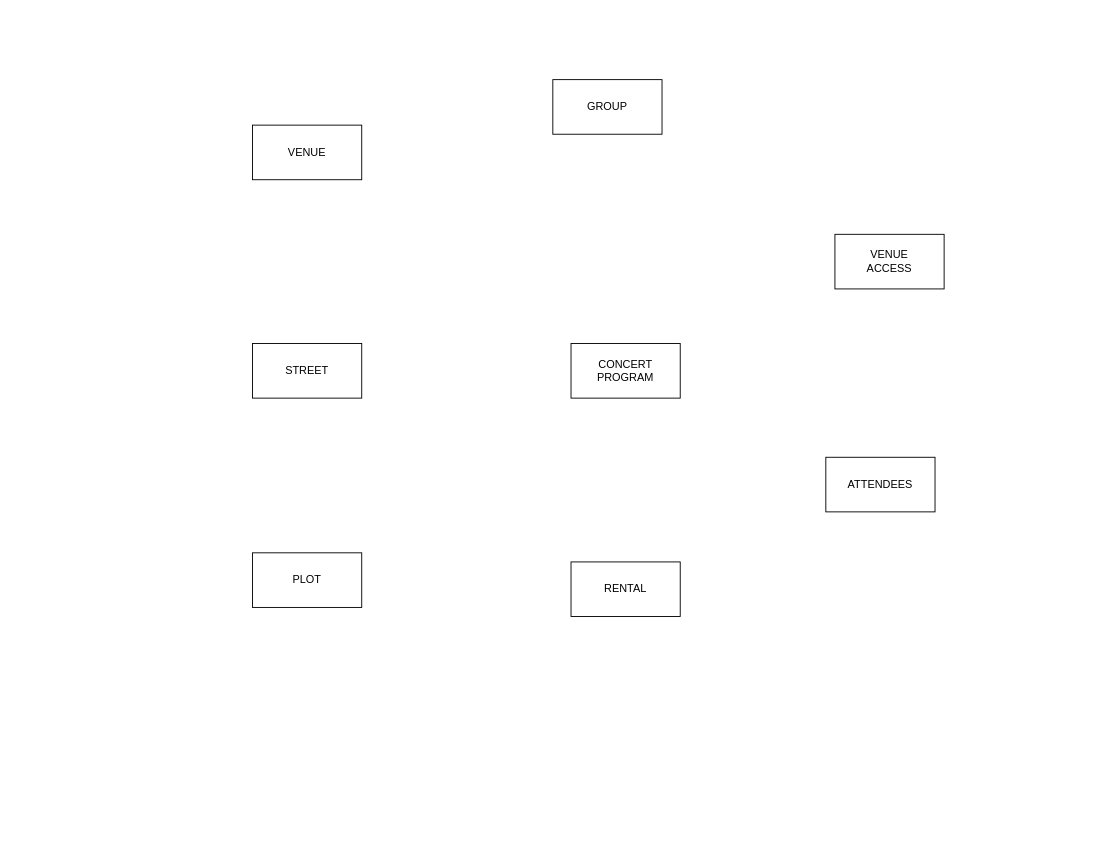
The draw.io diagram Untitled Diagram.drawio in Brandy-K/disseny-DDBB, before the edit. Source tidied: cells renumbered, new cells numbered last; positions are measured from the earlier drawing's top-left corner, leaving out a move shared by most shapes. Both pictures are drawn from the tidied source at 91%, with x=0, y=0 at pixel (252, 79).
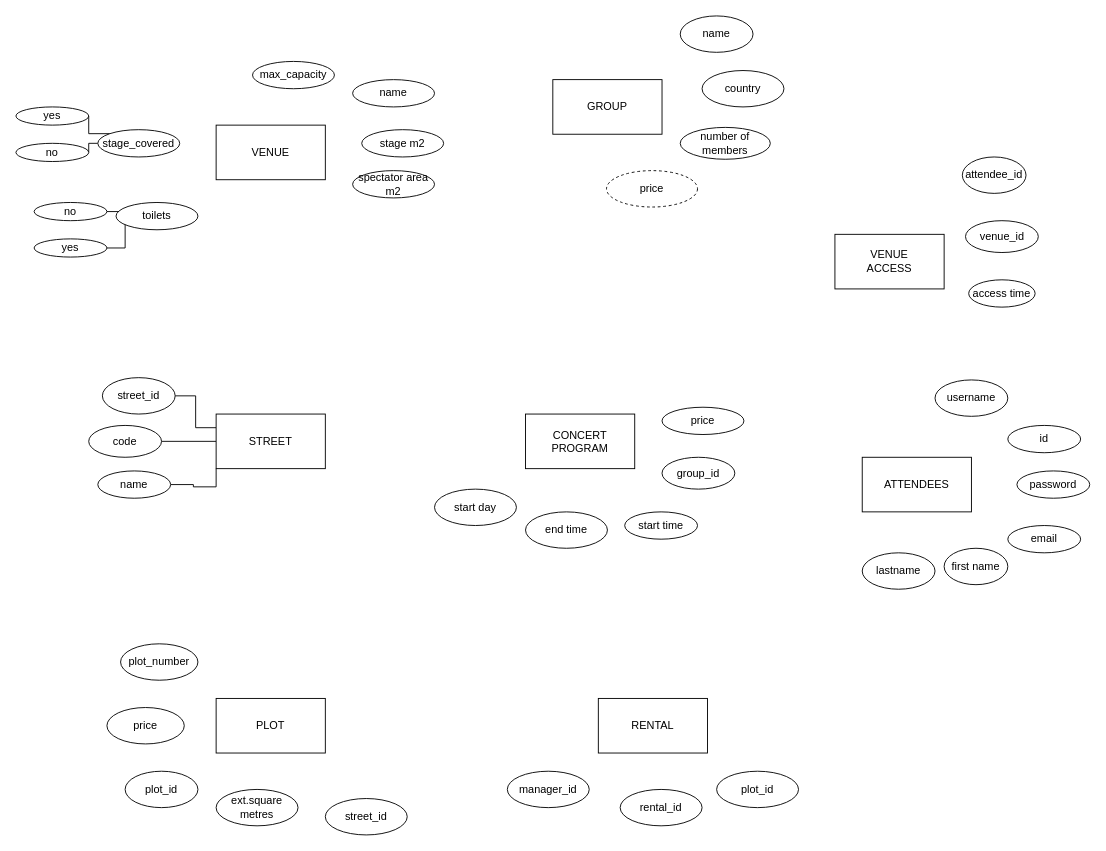
The same diagram, later.

Diff of the diagram source:
```diff
@@
     <mxCell id="2" value="RENTAL" style="rounded=0;whiteSpace=wrap;html=1;" parent="1" vertex="1">
-      <mxGeometry x="350" y="530" width="120" height="60" as="geometry" />
+      <mxGeometry x="380" y="680" width="120" height="60" as="geometry" />
     </mxCell>
     <mxCell id="3" value="PLOT" style="rounded=0;whiteSpace=wrap;html=1;" parent="1" vertex="1">
-      <mxGeometry y="520" width="120" height="60" as="geometry" />
+      <mxGeometry x="-40" y="680" width="120" height="60" as="geometry" />
     </mxCell>
     <mxCell id="4" value="ATTENDEES" style="rounded=0;whiteSpace=wrap;html=1;" parent="1" vertex="1">
-      <mxGeometry x="630" y="415" width="120" height="60" as="geometry" />
+      <mxGeometry x="670" y="415" width="120" height="60" as="geometry" />
     </mxCell>
@@
     <mxCell id="6" value="CONCERT&lt;div&gt;PROGRAM&lt;/div&gt;" style="rounded=0;whiteSpace=wrap;html=1;" parent="1" vertex="1">
-      <mxGeometry x="350" y="290" width="120" height="60" as="geometry" />
+      <mxGeometry x="300" y="367.5" width="120" height="60" as="geometry" />
     </mxCell>
+    <mxCell id="10" style="edgeStyle=orthogonalEdgeStyle;rounded=0;jettySize=auto;html=1;exitX=0;exitY=0.25;exitDx=0;exitDy=0;entryX=1;entryY=0.5;entryDx=0;entryDy=0;endArrow=none;endFill=0;" parent="1" edge="1" source="7" target="26">
+      <mxGeometry relative="1" as="geometry" />
+    </mxCell>
+    <mxCell id="11" style="edgeStyle=orthogonalEdgeStyle;rounded=0;jettySize=auto;html=1;exitX=0;exitY=0.5;exitDx=0;exitDy=0;entryX=1;entryY=0.5;entryDx=0;entryDy=0;endArrow=none;endFill=0;" parent="1" edge="1" source="7" target="28">
+      <mxGeometry relative="1" as="geometry" />
+    </mxCell>
+    <mxCell id="12" style="edgeStyle=orthogonalEdgeStyle;rounded=0;jettySize=auto;html=1;exitX=0;exitY=1;exitDx=0;exitDy=0;entryX=1;entryY=0.5;entryDx=0;entryDy=0;endArrow=none;endFill=0;" parent="1" edge="1" source="7" target="27">
+      <mxGeometry relative="1" as="geometry" />
+    </mxCell>
     <mxCell id="7" value="STREET" style="rounded=0;whiteSpace=wrap;html=1;" parent="1" vertex="1">
-      <mxGeometry y="290" width="120" height="60" as="geometry" />
+      <mxGeometry x="-40" y="367.5" width="120" height="60" as="geometry" />
     </mxCell>
     <mxCell id="8" value="VENUE" style="rounded=0;whiteSpace=wrap;html=1;" parent="1" vertex="1">
-      <mxGeometry y="50" width="120" height="60" as="geometry" />
+      <mxGeometry x="-40" y="50" width="120" height="60" as="geometry" />
     </mxCell>
@@
+    <mxCell id="13" value="name" style="ellipse;whiteSpace=wrap;html=1;" parent="1" vertex="1">
+      <mxGeometry x="110" width="90" height="30" as="geometry" />
+    </mxCell>
+    <mxCell id="14" value="stage m2" style="ellipse;whiteSpace=wrap;html=1;" parent="1" vertex="1">
+      <mxGeometry x="120" y="55" width="90" height="30" as="geometry" />
+    </mxCell>
+    <mxCell id="15" value="spectator area m2" style="ellipse;whiteSpace=wrap;html=1;" parent="1" vertex="1">
+      <mxGeometry x="110" y="100" width="90" height="30" as="geometry" />
+    </mxCell>
+    <mxCell id="16" value="max_capacity" style="ellipse;whiteSpace=wrap;html=1;" parent="1" vertex="1">
+      <mxGeometry y="-20" width="90" height="30" as="geometry" />
+    </mxCell>
+    <mxCell id="17" style="edgeStyle=orthogonalEdgeStyle;rounded=0;jettySize=auto;html=1;exitX=1;exitY=0.5;exitDx=0;exitDy=0;entryX=1;entryY=0.5;entryDx=0;entryDy=0;endArrow=none;endFill=0;" parent="1" edge="1" source="22" target="23">
+      <mxGeometry relative="1" as="geometry" />
+    </mxCell>
+    <mxCell id="18" value="toilets" style="ellipse;whiteSpace=wrap;html=1;" parent="1" vertex="1">
+      <mxGeometry x="-150" y="135" width="90" height="30" as="geometry" />
+    </mxCell>
+    <mxCell id="19" style="edgeStyle=orthogonalEdgeStyle;rounded=0;jettySize=auto;html=1;exitX=0;exitY=0;exitDx=0;exitDy=0;entryX=1;entryY=0.5;entryDx=0;entryDy=0;endArrow=none;endFill=0;" parent="1" edge="1" source="21" target="24">
+      <mxGeometry relative="1" as="geometry" />
+    </mxCell>
+    <mxCell id="20" style="edgeStyle=orthogonalEdgeStyle;rounded=0;jettySize=auto;html=1;exitX=0;exitY=0.5;exitDx=0;exitDy=0;entryX=1;entryY=0.5;entryDx=0;entryDy=0;endArrow=none;endFill=0;" parent="1" edge="1" source="21" target="25">
+      <mxGeometry relative="1" as="geometry" />
+    </mxCell>
+    <mxCell id="21" value="stage_covered" style="ellipse;whiteSpace=wrap;html=1;" parent="1" vertex="1">
+      <mxGeometry x="-170" y="55" width="90" height="30" as="geometry" />
+    </mxCell>
+    <mxCell id="22" value="yes" style="ellipse;whiteSpace=wrap;html=1;" parent="1" vertex="1">
+      <mxGeometry x="-240" y="175" width="80" height="20" as="geometry" />
+    </mxCell>
+    <mxCell id="23" value="no" style="ellipse;whiteSpace=wrap;html=1;" parent="1" vertex="1">
+      <mxGeometry x="-240" y="135" width="80" height="20" as="geometry" />
+    </mxCell>
+    <mxCell id="24" value="yes" style="ellipse;whiteSpace=wrap;html=1;" parent="1" vertex="1">
+      <mxGeometry x="-260" y="30" width="80" height="20" as="geometry" />
+    </mxCell>
+    <mxCell id="25" value="no" style="ellipse;whiteSpace=wrap;html=1;" parent="1" vertex="1">
+      <mxGeometry x="-260" y="70" width="80" height="20" as="geometry" />
+    </mxCell>
+    <mxCell id="26" value="street_id" style="ellipse;whiteSpace=wrap;html=1;" parent="1" vertex="1">
+      <mxGeometry x="-165" y="327.5" width="80" height="40" as="geometry" />
+    </mxCell>
+    <mxCell id="27" value="name" style="ellipse;whiteSpace=wrap;html=1;" parent="1" vertex="1">
+      <mxGeometry x="-170" y="430" width="80" height="30" as="geometry" />
+    </mxCell>
+    <mxCell id="28" value="code" style="ellipse;whiteSpace=wrap;html=1;" parent="1" vertex="1">
+      <mxGeometry x="-180" y="380" width="80" height="35" as="geometry" />
+    </mxCell>
+    <mxCell id="29" value="plot_number" style="ellipse;whiteSpace=wrap;html=1;" parent="1" vertex="1">
+      <mxGeometry x="-145" y="620" width="85" height="40" as="geometry" />
+    </mxCell>
+    <mxCell id="30" value="street_id" style="ellipse;whiteSpace=wrap;html=1;" parent="1" vertex="1">
+      <mxGeometry x="80" y="790" width="90" height="40" as="geometry" />
+    </mxCell>
+    <mxCell id="31" value="ext.square metres" style="ellipse;whiteSpace=wrap;html=1;" parent="1" vertex="1">
+      <mxGeometry x="-40" y="780" width="90" height="40" as="geometry" />
+    </mxCell>
+    <mxCell id="32" value="plot_id" style="ellipse;whiteSpace=wrap;html=1;" parent="1" vertex="1">
+      <mxGeometry x="-140" y="760" width="80" height="40" as="geometry" />
+    </mxCell>
+    <mxCell id="33" value="price" style="ellipse;whiteSpace=wrap;html=1;" parent="1" vertex="1">
+      <mxGeometry x="-160" y="690" width="85" height="40" as="geometry" />
+    </mxCell>
+    <mxCell id="34" value="manager_id" style="ellipse;whiteSpace=wrap;html=1;" parent="1" vertex="1">
+      <mxGeometry x="280" y="760" width="90" height="40" as="geometry" />
+    </mxCell>
+    <mxCell id="35" value="rental_id" style="ellipse;whiteSpace=wrap;html=1;" parent="1" vertex="1">
+      <mxGeometry x="404" y="780" width="90" height="40" as="geometry" />
+    </mxCell>
+    <mxCell id="36" value="plot_id" style="ellipse;whiteSpace=wrap;html=1;" parent="1" vertex="1">
+      <mxGeometry x="510" y="760" width="90" height="40" as="geometry" />
+    </mxCell>
+    <mxCell id="37" value="start day" style="ellipse;whiteSpace=wrap;html=1;" parent="1" vertex="1">
+      <mxGeometry x="200" y="450" width="90" height="40" as="geometry" />
+    </mxCell>
+    <mxCell id="38" value="end time" style="ellipse;whiteSpace=wrap;html=1;" parent="1" vertex="1">
+      <mxGeometry x="300" y="475" width="90" height="40" as="geometry" />
+    </mxCell>
+    <mxCell id="39" value="start time" style="ellipse;whiteSpace=wrap;html=1;" parent="1" vertex="1">
+      <mxGeometry x="409" y="475" width="80" height="30" as="geometry" />
+    </mxCell>
+    <mxCell id="40" value="group_id" style="ellipse;whiteSpace=wrap;html=1;" parent="1" vertex="1">
+      <mxGeometry x="450" y="415" width="80" height="35" as="geometry" />
+    </mxCell>
+    <mxCell id="41" value="price" style="ellipse;whiteSpace=wrap;html=1;" parent="1" vertex="1">
+      <mxGeometry x="450" y="360" width="90" height="30" as="geometry" />
+    </mxCell>
+    <mxCell id="42" value="first name" style="ellipse;whiteSpace=wrap;html=1;" parent="1" vertex="1">
+      <mxGeometry x="760" y="515" width="70" height="40" as="geometry" />
+    </mxCell>
+    <mxCell id="43" value="username" style="ellipse;whiteSpace=wrap;html=1;" parent="1" vertex="1">
+      <mxGeometry x="750" y="330" width="80" height="40" as="geometry" />
+    </mxCell>
+    <mxCell id="44" value="lastname" style="ellipse;whiteSpace=wrap;html=1;" parent="1" vertex="1">
+      <mxGeometry x="670" y="520" width="80" height="40" as="geometry" />
+    </mxCell>
+    <mxCell id="45" value="email" style="ellipse;whiteSpace=wrap;html=1;" parent="1" vertex="1">
+      <mxGeometry x="830" y="490" width="80" height="30" as="geometry" />
+    </mxCell>
+    <mxCell id="46" value="password" style="ellipse;whiteSpace=wrap;html=1;" parent="1" vertex="1">
+      <mxGeometry x="840" y="430" width="80" height="30" as="geometry" />
+    </mxCell>
+    <mxCell id="47" value="id" style="ellipse;whiteSpace=wrap;html=1;" parent="1" vertex="1">
+      <mxGeometry x="830" y="380" width="80" height="30" as="geometry" />
+    </mxCell>
+    <mxCell id="48" value="access time" style="ellipse;whiteSpace=wrap;html=1;" parent="1" vertex="1">
+      <mxGeometry x="787" y="220" width="73" height="30" as="geometry" />
+    </mxCell>
+    <mxCell id="49" value="venue_id" style="ellipse;whiteSpace=wrap;html=1;" parent="1" vertex="1">
+      <mxGeometry x="783.5" y="155" width="80" height="35" as="geometry" />
+    </mxCell>
+    <mxCell id="50" value="attendee_id" style="ellipse;whiteSpace=wrap;html=1;" parent="1" vertex="1">
+      <mxGeometry x="780" y="85" width="70" height="40" as="geometry" />
+    </mxCell>
+    <mxCell id="51" value="number of members" style="ellipse;whiteSpace=wrap;html=1;" parent="1" vertex="1">
+      <mxGeometry x="470" y="52.5" width="99" height="35" as="geometry" />
+    </mxCell>
+    <mxCell id="52" value="country" style="ellipse;whiteSpace=wrap;html=1;" parent="1" vertex="1">
+      <mxGeometry x="494" y="-10" width="90" height="40" as="geometry" />
+    </mxCell>
+    <mxCell id="53" value="name" style="ellipse;whiteSpace=wrap;html=1;" parent="1" vertex="1">
+      <mxGeometry x="470" y="-70" width="80" height="40" as="geometry" />
+    </mxCell>
+    <mxCell id="54" value="price" style="ellipse;whiteSpace=wrap;html=1;align=center;dashed=1;" parent="1" vertex="1">
+      <mxGeometry x="389" y="100" width="100" height="40" as="geometry" />
+    </mxCell>
```
